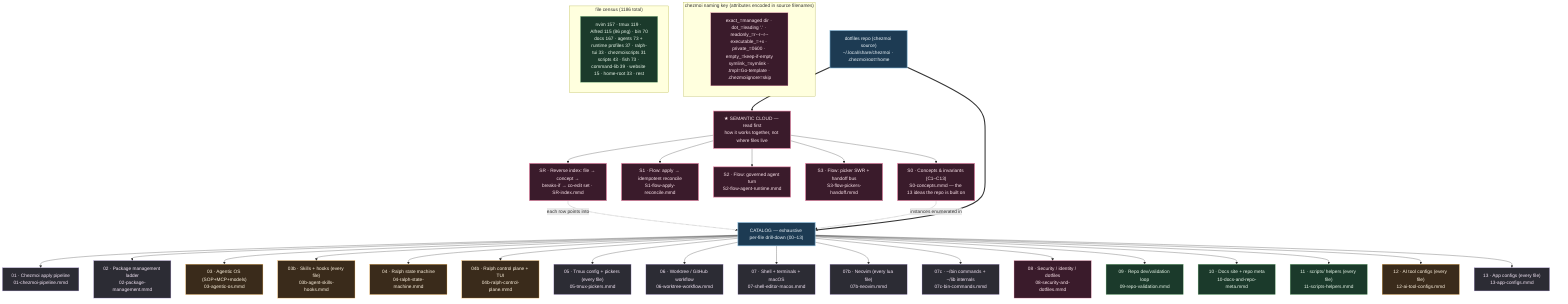
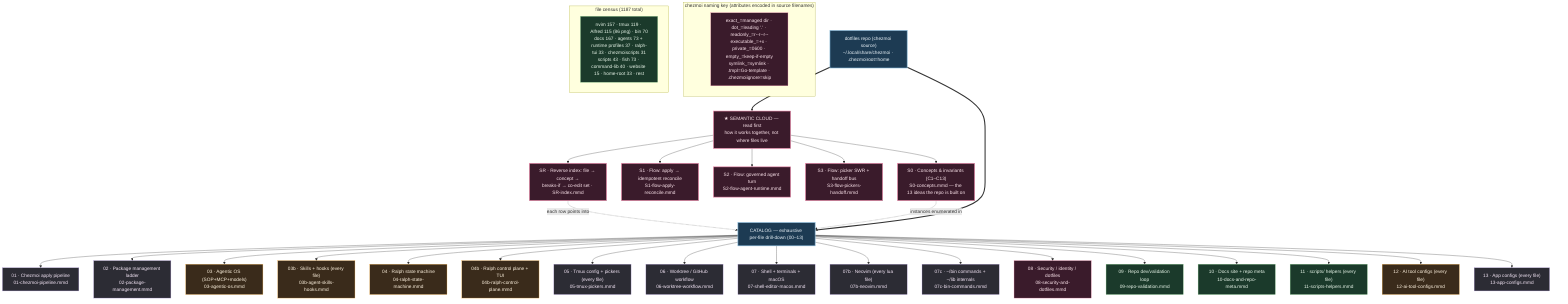
%% ============================================================================
%% 00-overview.mmd — Master navigation map for kapral18/dotfiles
%% TWO LAYERS:
%%   SEMANTIC CLOUD (read first) — how the system THINKS: concepts+invariants
%%     (S0), cross-cutting flows (S1/S2/S3), and a reverse index (SR) that maps
%%     any file to its concept, blast radius, and co-edit set.
%%   CATALOG (drill-down) — how the system is LAID OUT: 00-13 enumerate every
- %%     one of the 1186 tracked files by exact chezmoi source path.
+ %%     one of the 1187 tracked files by exact chezmoi source path.
%% `home/` is chezmoi source deployed to $HOME; scripts/tools/website/docs are
%% repo-side (NOT deployed). Each node → a deeper .mmd.
%% ============================================================================
graph TD
    classDef entry fill:#1d3b53,stroke:#7fb3d5,color:#eaf2f8,stroke-width:2px;
    classDef sys fill:#2c2c34,stroke:#b39ddb,color:#f3e5f5;
    classDef ai fill:#3a2b1b,stroke:#ffb74d,color:#fff3e0;
    classDef repo fill:#1b3a2b,stroke:#81c784,color:#e8f5e9;
    classDef data fill:#3a1b2b,stroke:#f48fb1,color:#fce4ec;
    classDef sem fill:#3a1b2b,stroke:#f48fb1,color:#fce4ec,stroke-width:2px;

    ROOT["dotfiles repo (chezmoi source)<br/>~/.local/share/chezmoi · .chezmoiroot=home"]:::entry

    %% ---- SEMANTIC LAYER (read before the catalog) --------------------------
    ROOT ==> SEMHEAD["★ SEMANTIC CLOUD — read first<br/>how it works together, not where files live"]:::sem
    SEMHEAD --> S0["S0 · Concepts & invariants (C1–C13)<br/>S0-concepts.mmd — the 13 ideas the repo is built on"]:::sem
    SEMHEAD --> S1["S1 · Flow: apply → idempotent reconcile<br/>S1-flow-apply-reconcile.mmd"]:::sem
    SEMHEAD --> S2["S2 · Flow: governed agent turn<br/>S2-flow-agent-runtime.mmd"]:::sem
    SEMHEAD --> S3["S3 · Flow: picker SWR + handoff bus<br/>S3-flow-pickers-handoff.mmd"]:::sem
    SEMHEAD --> SR["SR · Reverse index: file → concept →<br/>breaks-if → co-edit set · SR-index.mmd"]:::sem
    SR -. "each row points into" .-> CATHEAD
    S0 -. "instances enumerated in" .-> CATHEAD

    %% ---- CATALOG LAYER (exhaustive per-file drill-down) --------------------
    ROOT ==> CATHEAD["CATALOG — exhaustive per-file drill-down (00–13)"]:::entry

    CATHEAD --> CZ["01 · Chezmoi apply pipeline<br/>01-chezmoi-pipeline.mmd"]:::sys
    CATHEAD --> PKG["02 · Package management ladder<br/>02-package-management.mmd"]:::sys
    CATHEAD --> AIOS["03 · Agentic OS (SOP+MCP+models)<br/>03-agentic-os.mmd"]:::ai
    CATHEAD --> SKILLS["03b · Skills + hooks (every file)<br/>03b-agent-skills-hooks.mmd"]:::ai
    CATHEAD --> RALPH["04 · Ralph state machine<br/>04-ralph-state-machine.mmd"]:::ai
    CATHEAD --> RALPHCP["04b · Ralph control plane + TUI<br/>04b-ralph-control-plane.mmd"]:::ai
    CATHEAD --> TMUX["05 · Tmux config + pickers (every file)<br/>05-tmux-pickers.mmd"]:::sys
    CATHEAD --> WT["06 · Worktree / GitHub workflow<br/>06-worktree-workflow.mmd"]:::sys
    CATHEAD --> SEM["07 · Shell + terminals + macOS<br/>07-shell-editor-macos.mmd"]:::sys
    CATHEAD --> NVIM["07b · Neovim (every lua file)<br/>07b-neovim.mmd"]:::sys
    CATHEAD --> BIN["07c · ~/bin commands + ~/lib internals<br/>07c-bin-commands.mmd"]:::sys
    CATHEAD --> SEC["08 · Security / identity / dotfiles<br/>08-security-and-dotfiles.mmd"]:::data
    CATHEAD --> VAL["09 · Repo dev/validation loop<br/>09-repo-validation.mmd"]:::repo
    CATHEAD --> DOCS["10 · Docs site + repo meta<br/>10-docs-and-repo-meta.mmd"]:::repo
    CATHEAD --> SCRIPTS["11 · scripts/ helpers (every file)<br/>11-scripts-helpers.mmd"]:::repo
    CATHEAD --> AICFG["12 · AI tool configs (every file)<br/>12-ai-tool-configs.mmd"]:::ai
    CATHEAD --> APPS["13 · App configs (every file)<br/>13-app-configs.mmd"]:::sys

    subgraph KEY["chezmoi naming key (attributes encoded in source filenames)"]
        K1["exact_=managed dir · dot_=leading '.' · readonly_=r--r--r--<br/>executable_=+x · private_=0600 · empty_=keep-if-empty<br/>symlink_=symlink · .tmpl=Go-template · .chezmoiignore=skip"]:::data
    end

-     subgraph COUNTS["file census (1186 total)"]
-         C1["nvim 157 · tmux 119 · Alfred 115 (86 png) · bin 70<br/>docs 167 · agents 73 + runtime profiles 37 · ralph-tui 33 · chezmoiscripts 31<br/>scripts 43 · fish 73 · command-lib 39 · website 15 · home-root 33 · rest"]:::repo
+     subgraph COUNTS["file census (1187 total)"]
+         C1["nvim 157 · tmux 119 · Alfred 115 (86 png) · bin 70<br/>docs 167 · agents 73 + runtime profiles 37 · ralph-tui 33 · chezmoiscripts 31<br/>scripts 43 · fish 73 · command-lib 40 · website 15 · home-root 33 · rest"]:::repo
    end
